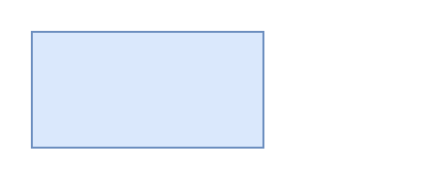
Above: Untitled Diagram.drawio in pursuitzhan/drawio (draw.io), before the change. Source tidied: cells renumbered, new cells numbered last; positions are measured from the earlier drawing's top-left corner, leaving out a move shared by most shapes. Both pictures are drawn from the tidied source at 193%, with x=0, y=0 at pixel (31, 31).
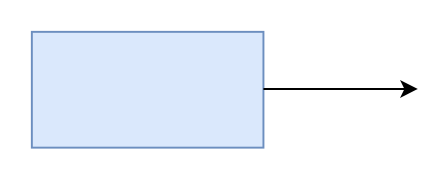
Above is the later version.

Change to the diagram source:
```diff
@@
 <mxGraphModel background="#ffffff">
   <root>
     <mxCell id="0" />
     <mxCell id="1" parent="0" />
     <mxCell id="2" style="rounded=0;whiteSpace=wrap;html=1;fillColor=#dae8fc;strokeColor=#6c8ebf;" parent="1" vertex="1">
       <mxGeometry width="120" height="60" as="geometry" />
     </mxCell>
+    <mxCell id="3" style="endArrow=classic;html=1;" parent="1" edge="1">
+      <mxGeometry relative="1" as="geometry">
+        <mxPoint x="120" y="29.6" as="sourcePoint" />
+        <mxPoint x="200" y="29.6" as="targetPoint" />
+      </mxGeometry>
+    </mxCell>
   </root>
 </mxGraphModel>
```
